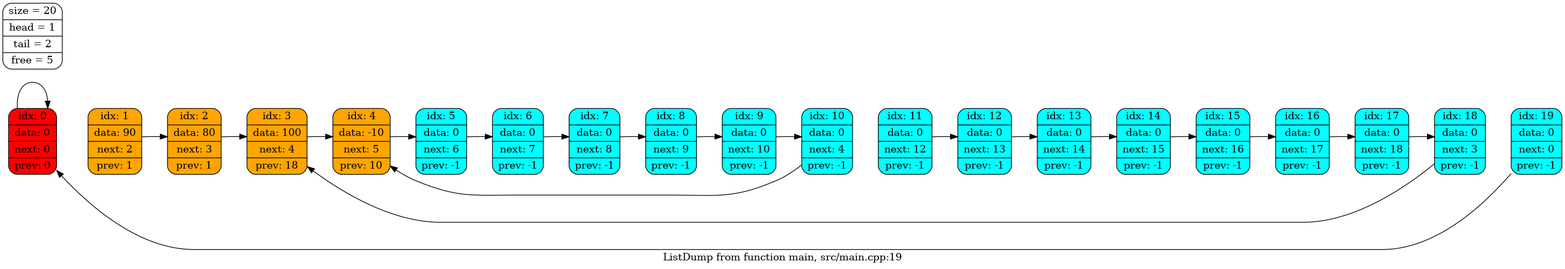
victorbaldin56/list keeps this Graphviz diagram as dump.png. Above is the earlier version. Its source is kept beside it as dump.dot.
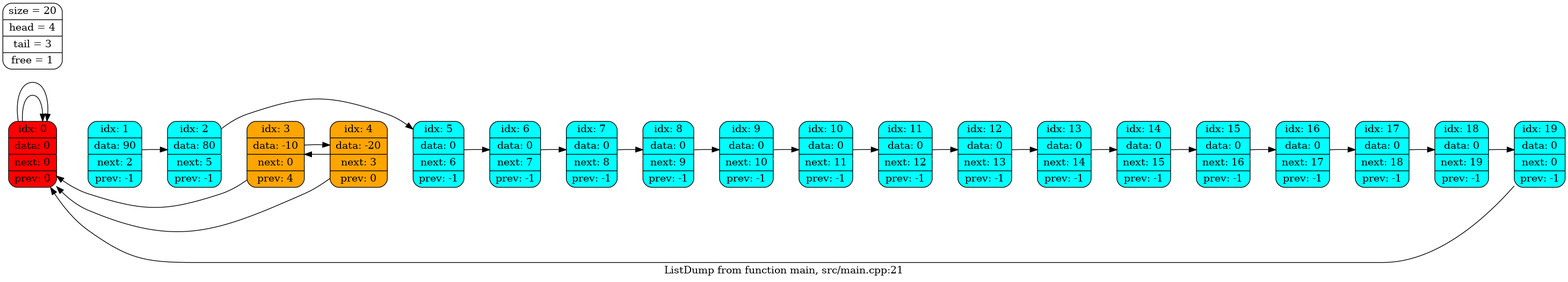
After the change.

Change to the diagram source:
```diff
@@ -1,18 +1,18 @@
 digraph List {
 	rankdir = LR;
-	node [shape = record];
+	node [shape = Mrecord];
 0 -> 0-> 1-> 2-> 3-> 4-> 5-> 6-> 7-> 8-> 9-> 10-> 11-> 12-> 13-> 14-> 15-> 16-> 17-> 18-> 19[arrowsize = 0.0, weight = 10000, color = "#FFFFFF"];
 	0 [shape = Mrecord, style = filled, fillcolor = red, label = "idx: 0 | data: 0 | next: 0 | prev: 0"];
-	1 [shape = Mrecord, style = filled, fillcolor = orange, label = "idx: 1 | data: 90 | next: 2 | prev: 1"];
-	2 [shape = Mrecord, style = filled, fillcolor = orange, label = "idx: 2 | data: 80 | next: 3 | prev: 1"];
-	3 [shape = Mrecord, style = filled, fillcolor = orange, label = "idx: 3 | data: 100 | next: 4 | prev: 18"];
-	4 [shape = Mrecord, style = filled, fillcolor = orange, label = "idx: 4 | data: -10 | next: 5 | prev: 10"];
+	1 [shape = Mrecord, style = filled, fillcolor = cyan, label = "idx: 1 | data: 90 | next: 2 | prev: -1"];
+	2 [shape = Mrecord, style = filled, fillcolor = cyan, label = "idx: 2 | data: 80 | next: 5 | prev: -1"];
+	3 [shape = Mrecord, style = filled, fillcolor = orange, label = "idx: 3 | data: -10 | next: 0 | prev: 4"];
+	4 [shape = Mrecord, style = filled, fillcolor = orange, label = "idx: 4 | data: -20 | next: 3 | prev: 0"];
 	5 [shape = Mrecord, style = filled, fillcolor = cyan, label = "idx: 5 | data: 0 | next: 6 | prev: -1"];
 	6 [shape = Mrecord, style = filled, fillcolor = cyan, label = "idx: 6 | data: 0 | next: 7 | prev: -1"];
 	7 [shape = Mrecord, style = filled, fillcolor = cyan, label = "idx: 7 | data: 0 | next: 8 | prev: -1"];
 	8 [shape = Mrecord, style = filled, fillcolor = cyan, label = "idx: 8 | data: 0 | next: 9 | prev: -1"];
 	9 [shape = Mrecord, style = filled, fillcolor = cyan, label = "idx: 9 | data: 0 | next: 10 | prev: -1"];
-	10 [shape = Mrecord, style = filled, fillcolor = cyan, label = "idx: 10 | data: 0 | next: 4 | prev: -1"];
+	10 [shape = Mrecord, style = filled, fillcolor = cyan, label = "idx: 10 | data: 0 | next: 11 | prev: -1"];
 	11 [shape = Mrecord, style = filled, fillcolor = cyan, label = "idx: 11 | data: 0 | next: 12 | prev: -1"];
 	12 [shape = Mrecord, style = filled, fillcolor = cyan, label = "idx: 12 | data: 0 | next: 13 | prev: -1"];
 	13 [shape = Mrecord, style = filled, fillcolor = cyan, label = "idx: 13 | data: 0 | next: 14 | prev: -1"];
@@ -20,19 +20,19 @@
 	15 [shape = Mrecord, style = filled, fillcolor = cyan, label = "idx: 15 | data: 0 | next: 16 | prev: -1"];
 	16 [shape = Mrecord, style = filled, fillcolor = cyan, label = "idx: 16 | data: 0 | next: 17 | prev: -1"];
 	17 [shape = Mrecord, style = filled, fillcolor = cyan, label = "idx: 17 | data: 0 | next: 18 | prev: -1"];
-	18 [shape = Mrecord, style = filled, fillcolor = cyan, label = "idx: 18 | data: 0 | next: 3 | prev: -1"];
+	18 [shape = Mrecord, style = filled, fillcolor = cyan, label = "idx: 18 | data: 0 | next: 19 | prev: -1"];
 	19 [shape = Mrecord, style = filled, fillcolor = cyan, label = "idx: 19 | data: 0 | next: 0 | prev: -1"];
 	0 -> 0;
 	1 -> 2;
-	2 -> 3;
-	3 -> 4;
-	4 -> 5;
+	2 -> 5;
+	3 -> 0;
+	4 -> 3;
 	5 -> 6;
 	6 -> 7;
 	7 -> 8;
 	8 -> 9;
 	9 -> 10;
-	10 -> 4;
+	10 -> 11;
 	11 -> 12;
 	12 -> 13;
 	13 -> 14;
@@ -40,7 +40,10 @@
 	15 -> 16;
 	16 -> 17;
 	17 -> 18;
-	18 -> 3;
+	18 -> 19;
 	19 -> 0;
-	label = "ListDump from function main, src/main.cpp:19";
-All[shape = Mrecord, label = "size = 20 | head = 1 | tail = 2 | free = 5"];}
+	0 -> 0;
+	3 -> 4;
+	4 -> 0;
+	label = "ListDump from function main, src/main.cpp:21";
+All[shape = Mrecord, label = "size = 20 | head = 4 | tail = 3 | free = 1"];}
```
